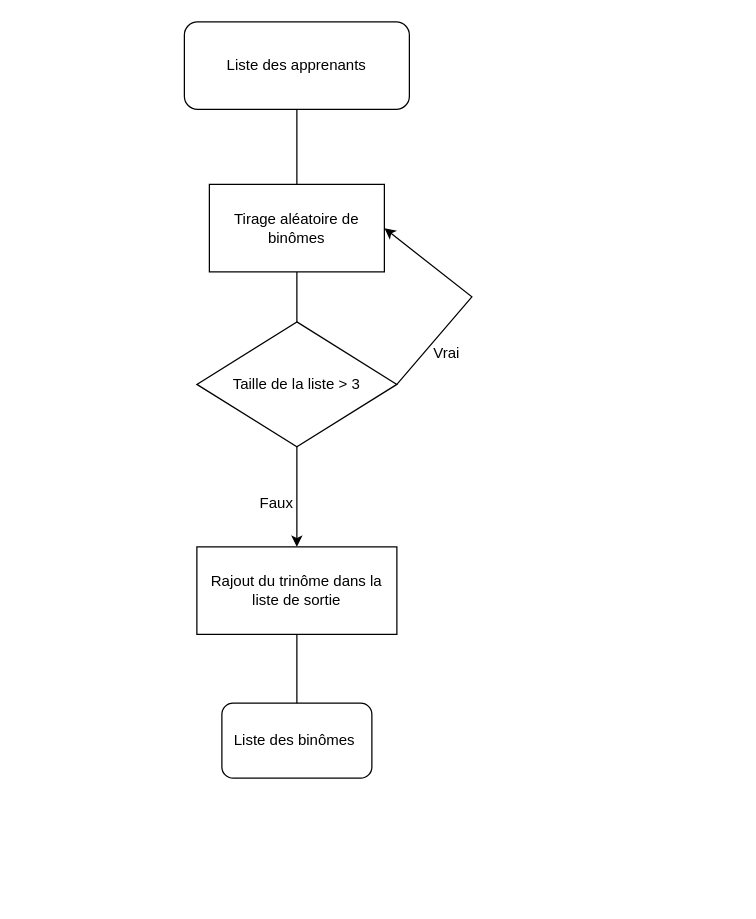
The draw.io diagram page "Page-1" (1 of 2) of Diagramme Binomotron.drawio in julienAboutard/Binomotron, before the edit. Source tidied: cells renumbered, new cells numbered last; positions are measured from the earlier drawing's top-left corner, leaving out a move shared by most shapes. Both pictures are drawn from the tidied source at 125%, with x=0, y=0 at pixel (184, 21).
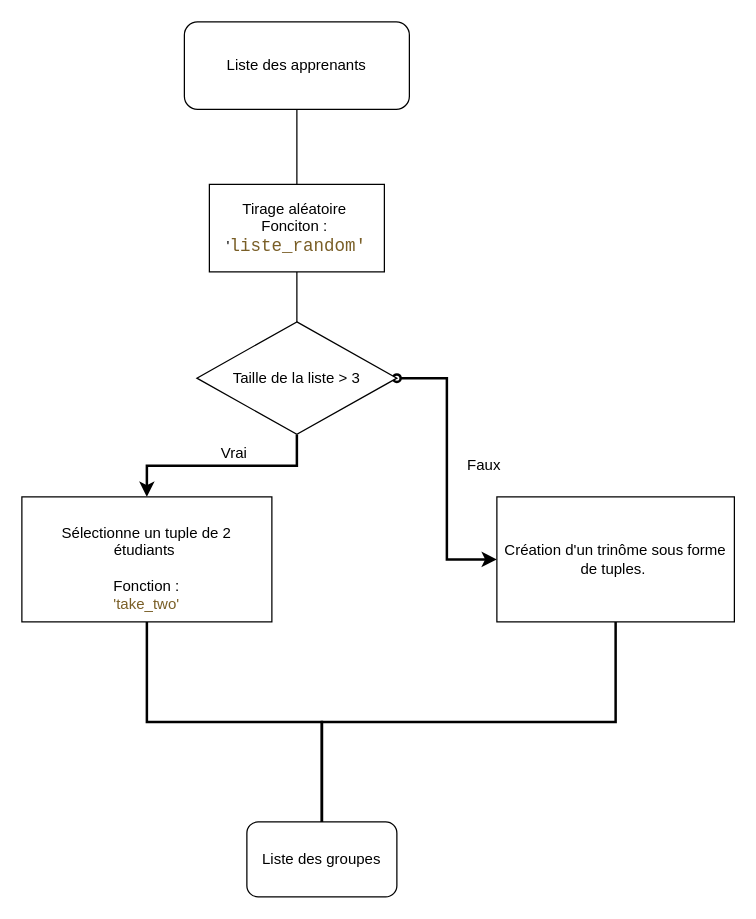
Above is the later version.

Commit message:
Mettre à jour Diagramme Binomotron.drawio

Change to the diagram source:
```diff
@@
 <mxGraphModel>
   <root>
     <mxCell id="0" />
     <mxCell id="1" parent="0" />
     <mxCell id="2" value="Liste des apprenants" style="rounded=1;whiteSpace=wrap;html=1;" parent="1" vertex="1">
       <mxGeometry width="180" height="70" as="geometry" />
     </mxCell>
     <mxCell id="3" style="endArrow=none;html=1;rounded=0;exitX=0.5;exitY=0;exitDx=0;exitDy=0;" parent="1" edge="1">
       <mxGeometry relative="1" as="geometry">
         <mxPoint x="90" y="130" as="sourcePoint" />
         <mxPoint x="90" y="70" as="targetPoint" />
       </mxGeometry>
     </mxCell>
-    <mxCell id="4" value="Tirage aléatoire de binômes" style="rounded=0;whiteSpace=wrap;html=1;" parent="1" vertex="1">
+    <mxCell id="4" value="Tirage aléatoire&amp;nbsp;&lt;br&gt;Fonciton :&amp;nbsp; '&lt;span style=&quot;color: rgb(121, 94, 38); background-color: rgb(255, 255, 255); font-family: Consolas, &amp;quot;Courier New&amp;quot;, monospace; font-size: 14px;&quot;&gt;liste_random'&lt;/span&gt;" style="rounded=0;whiteSpace=wrap;html=1;" parent="1" vertex="1">
       <mxGeometry x="20" y="130" width="140" height="70" as="geometry" />
     </mxCell>
+    <mxCell id="12" style="edgeStyle=orthogonalEdgeStyle;rounded=0;jettySize=auto;html=1;entryX=0.5;entryY=0;entryDx=0;entryDy=0;startArrow=none;startFill=0;strokeWidth=2;" parent="1" edge="1" source="5" target="6">
+      <mxGeometry relative="1" as="geometry" />
+    </mxCell>
+    <mxCell id="14" style="edgeStyle=orthogonalEdgeStyle;rounded=0;jettySize=auto;html=1;exitX=1;exitY=0.5;exitDx=0;exitDy=0;entryX=0;entryY=0.5;entryDx=0;entryDy=0;fontColor=#795E26;startArrow=oval;startFill=0;strokeWidth=2;" parent="1" edge="1" source="5" target="17">
+      <mxGeometry relative="1" as="geometry" />
+    </mxCell>
     <mxCell id="5" value="Taille de la liste &amp;gt; 3" style="rhombus;whiteSpace=wrap;html=1;" parent="1" vertex="1">
-      <mxGeometry x="10" y="240" width="160" height="100" as="geometry" />
+      <mxGeometry x="10" y="240" width="160" height="90" as="geometry" />
     </mxCell>
+    <mxCell id="15" style="edgeStyle=orthogonalEdgeStyle;rounded=0;jettySize=auto;html=1;strokeWidth=2;fontColor=#000000;startArrow=none;startFill=0;endArrow=none;endFill=0;" parent="1" edge="1" source="6" target="7">
+      <mxGeometry relative="1" as="geometry" />
+    </mxCell>
-    <mxCell id="6" value="Rajout du trinôme dans la liste de sortie" style="rounded=0;whiteSpace=wrap;html=1;" parent="1" vertex="1">
-      <mxGeometry x="10" y="420" width="160" height="70" as="geometry" />
+    <mxCell id="6" value="&lt;br&gt;Sélectionne un tuple de 2&lt;br&gt;étudiants&amp;nbsp;&lt;br&gt;&lt;br&gt;Fonction :&lt;br&gt;&lt;font color=&quot;#795e26&quot;&gt;'take_two'&lt;/font&gt;" style="rounded=0;whiteSpace=wrap;html=1;" parent="1" vertex="1">
+      <mxGeometry x="-130" y="380" width="200" height="100" as="geometry" />
     </mxCell>
-    <mxCell id="7" value="Liste des binômes&amp;nbsp;" style="rounded=1;whiteSpace=wrap;html=1;" parent="1" vertex="1">
-      <mxGeometry x="30" y="545" width="120" height="60" as="geometry" />
+    <mxCell id="7" value="Liste des groupes" style="rounded=1;whiteSpace=wrap;html=1;" parent="1" vertex="1">
+      <mxGeometry x="50" y="640" width="120" height="60" as="geometry" />
     </mxCell>
     <mxCell id="8" style="endArrow=none;html=1;rounded=0;entryX=0.5;entryY=1;entryDx=0;entryDy=0;exitX=0.5;exitY=0;exitDx=0;exitDy=0;" parent="1" edge="1" source="5" target="4">
       <mxGeometry relative="1" as="geometry" />
     </mxCell>
-    <mxCell id="9" style="endArrow=none;html=1;rounded=0;entryX=0.5;entryY=1;entryDx=0;entryDy=0;exitX=0.5;exitY=0;exitDx=0;exitDy=0;" parent="1" edge="1" source="7" target="6">
-      <mxGeometry relative="1" as="geometry" />
-    </mxCell>
-    <mxCell id="10" style="endArrow=classic;html=1;rounded=0;exitX=1;exitY=0.5;exitDx=0;exitDy=0;entryX=1;entryY=0.5;entryDx=0;entryDy=0;" parent="1" edge="1" source="5" target="4">
-      <mxGeometry relative="1" as="geometry">
-        <Array as="points">
-          <mxPoint x="230" y="220" />
-        </Array>
-      </mxGeometry>
-    </mxCell>
     <mxCell id="11" value="Vrai" style="text;html=1;strokeColor=none;fillColor=none;align=center;verticalAlign=middle;whiteSpace=wrap;rounded=0;" parent="1" vertex="1">
-      <mxGeometry x="180" y="250" width="60" height="30" as="geometry" />
+      <mxGeometry x="10" y="330" width="60" height="30" as="geometry" />
     </mxCell>
-    <mxCell id="12" style="endArrow=classic;html=1;rounded=0;exitX=0.5;exitY=1;exitDx=0;exitDy=0;entryX=0.5;entryY=0;entryDx=0;entryDy=0;" parent="1" edge="1" source="5" target="6">
-      <mxGeometry relative="1" as="geometry" />
-    </mxCell>
+    <mxCell id="16" style="edgeStyle=orthogonalEdgeStyle;rounded=0;jettySize=auto;html=1;exitX=0.5;exitY=1;exitDx=0;exitDy=0;strokeWidth=2;fontColor=#000000;startArrow=none;startFill=0;endArrow=none;endFill=0;" parent="1" edge="1" source="17" target="7">
+      <mxGeometry relative="1" as="geometry" />
+    </mxCell>
+    <mxCell id="17" value="&lt;font color=&quot;#000000&quot;&gt;Création d'un trinôme sous forme de tuples.&amp;nbsp;&lt;/font&gt;" style="rounded=0;whiteSpace=wrap;html=1;fontColor=#795E26;" parent="1" vertex="1">
+      <mxGeometry x="250" y="380" width="190" height="100" as="geometry" />
+    </mxCell>
-    <mxCell id="13" value="Faux" style="text;html=1;strokeColor=none;fillColor=none;align=center;verticalAlign=middle;whiteSpace=wrap;rounded=0;" parent="1" vertex="1">
-      <mxGeometry x="44" y="370" width="60" height="30" as="geometry" />
+    <mxCell id="13" value="Faux" style="text;html=1;strokeColor=none;fillColor=none;align=center;verticalAlign=middle;whiteSpace=wrap;rounded=0;fontColor=#000000;" parent="1" vertex="1">
+      <mxGeometry x="210" y="340" width="60" height="30" as="geometry" />
     </mxCell>
   </root>
 </mxGraphModel>
```
